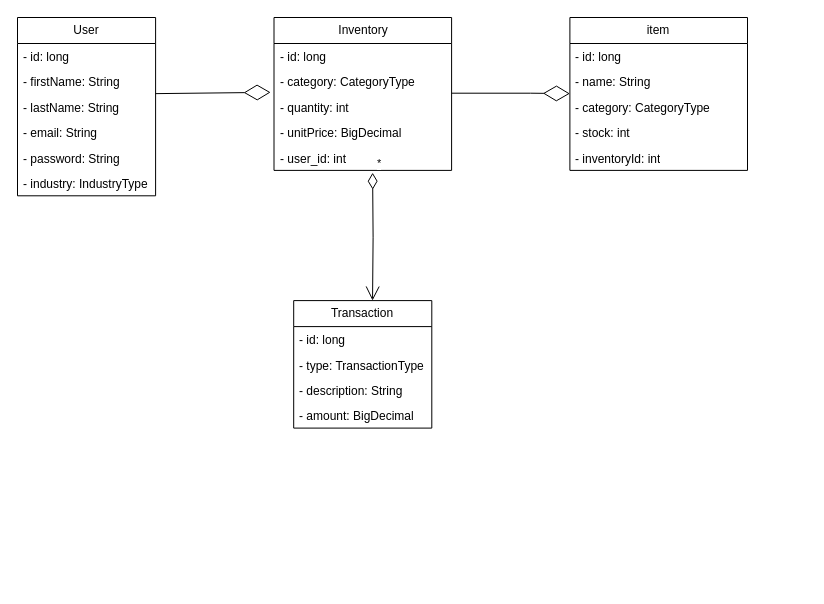
Odoikenna1/accountManagaementSystem keeps this draw.io diagram as resources/accountManagementSystem.drawio. Above is the earlier version. Source tidied: cells renumbered, new cells numbered last; positions are measured from the earlier drawing's top-left corner, leaving out a move shared by most shapes. Both pictures are drawn from the tidied source at 100%, with x=0, y=0 at pixel (17, 17).
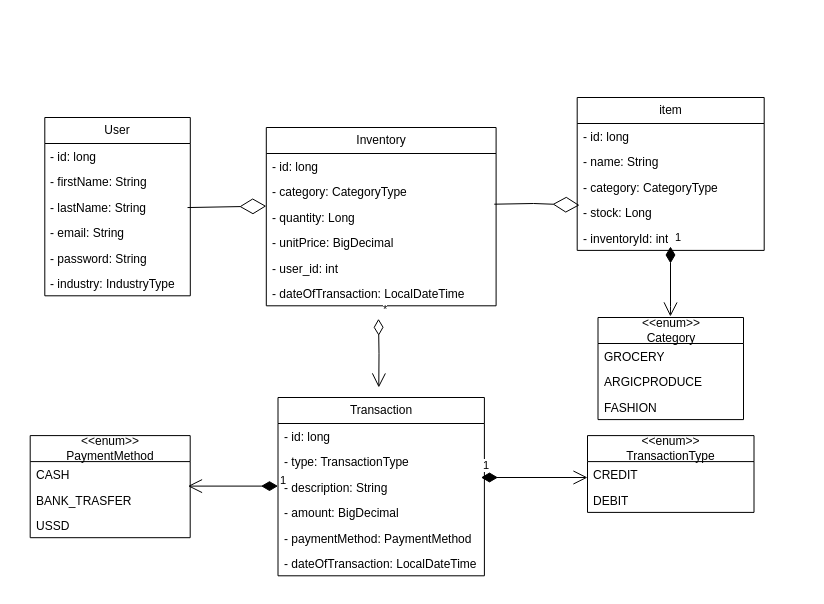
The same page after the edit.

The edit, as a diff of the source:
```diff
@@
     <mxCell id="2" style="group;" parent="1" vertex="1">
-      <mxGeometry width="730" height="410" as="geometry" />
+      <mxGeometry width="790" height="570" as="geometry" />
     </mxCell>
     <mxCell id="3" value="User" style="swimlane;fontStyle=0;horizontal=1;startSize=26;fillColor=none;whiteSpace=wrap;html=1;" parent="2" vertex="1">
-      <mxGeometry width="138.1" height="178.3" as="geometry" />
+      <mxGeometry x="27.3" y="100" width="145.5" height="178.3" as="geometry" />
     </mxCell>
     <mxCell id="4" value="- id: long" style="text;strokeColor=none;fillColor=none;align=left;verticalAlign=top;spacingLeft=4;spacingRight=4;overflow=hidden;whiteSpace=wrap;html=1;" parent="3" vertex="1">
-      <mxGeometry y="26" width="138.1" height="25.4" as="geometry" />
+      <mxGeometry y="26" width="145.5" height="25.4" as="geometry" />
     </mxCell>
     <mxCell id="5" value="- firstName: String" style="text;strokeColor=none;fillColor=none;align=left;verticalAlign=top;spacingLeft=4;spacingRight=4;overflow=hidden;points=[[0,0.5],[1,0.5]];portConstraint=eastwest;whiteSpace=wrap;html=1;" parent="3" vertex="1">
-      <mxGeometry y="51.4" width="138.1" height="25.4" as="geometry" />
+      <mxGeometry y="51.4" width="145.5" height="25.4" as="geometry" />
     </mxCell>
     <mxCell id="6" value="- lastName: String" style="text;strokeColor=none;fillColor=none;align=left;verticalAlign=top;spacingLeft=4;spacingRight=4;overflow=hidden;points=[[0,0.5],[1,0.5]];portConstraint=eastwest;whiteSpace=wrap;html=1;" parent="3" vertex="1">
-      <mxGeometry y="76.8" width="138.1" height="25.4" as="geometry" />
+      <mxGeometry y="76.8" width="145.5" height="25.4" as="geometry" />
     </mxCell>
     <mxCell id="7" value="- email: String" style="text;strokeColor=none;fillColor=none;align=left;verticalAlign=top;spacingLeft=4;spacingRight=4;overflow=hidden;whiteSpace=wrap;html=1;" parent="3" vertex="1">
-      <mxGeometry y="102.1" width="138.1" height="25.4" as="geometry" />
+      <mxGeometry y="102.1" width="145.5" height="25.4" as="geometry" />
     </mxCell>
     <mxCell id="8" value="- password: String" style="text;strokeColor=none;fillColor=none;align=left;verticalAlign=top;spacingLeft=4;spacingRight=4;overflow=hidden;whiteSpace=wrap;html=1;" parent="3" vertex="1">
-      <mxGeometry y="127.5" width="138.1" height="25.4" as="geometry" />
+      <mxGeometry y="127.5" width="145.5" height="25.4" as="geometry" />
     </mxCell>
     <mxCell id="9" value="- industry: IndustryType" style="text;strokeColor=none;fillColor=none;align=left;verticalAlign=top;spacingLeft=4;spacingRight=4;overflow=hidden;whiteSpace=wrap;html=1;" parent="3" vertex="1">
-      <mxGeometry y="152.9" width="138.1" height="25.4" as="geometry" />
+      <mxGeometry y="152.9" width="145.5" height="25.4" as="geometry" />
     </mxCell>
     <mxCell id="10" value="Transaction" style="swimlane;fontStyle=0;horizontal=1;startSize=26;fillColor=none;whiteSpace=wrap;html=1;" parent="2" vertex="1">
-      <mxGeometry x="276.2" y="283.1" width="138.1" height="127.5" as="geometry" />
+      <mxGeometry x="260.5" y="380" width="206.4" height="178.3" as="geometry" />
     </mxCell>
     <mxCell id="11" value="- id: long" style="text;strokeColor=none;fillColor=none;align=left;verticalAlign=top;spacingLeft=4;spacingRight=4;overflow=hidden;whiteSpace=wrap;html=1;" parent="10" vertex="1">
-      <mxGeometry y="26" width="138.1" height="25.4" as="geometry" />
+      <mxGeometry y="26" width="206.4" height="25.4" as="geometry" />
     </mxCell>
     <mxCell id="12" value="- type: TransactionType" style="text;strokeColor=none;fillColor=none;align=left;verticalAlign=top;spacingLeft=4;spacingRight=4;overflow=hidden;whiteSpace=wrap;html=1;" parent="10" vertex="1">
-      <mxGeometry y="51.4" width="138.1" height="25.4" as="geometry" />
+      <mxGeometry y="51.4" width="206.4" height="25.4" as="geometry" />
     </mxCell>
     <mxCell id="13" value="- description: String" style="text;strokeColor=none;fillColor=none;align=left;verticalAlign=top;spacingLeft=4;spacingRight=4;overflow=hidden;whiteSpace=wrap;html=1;" parent="10" vertex="1">
-      <mxGeometry y="76.8" width="138.1" height="25.4" as="geometry" />
+      <mxGeometry y="76.8" width="206.4" height="25.4" as="geometry" />
     </mxCell>
     <mxCell id="14" value="- amount: BigDecimal" style="text;strokeColor=none;fillColor=none;align=left;verticalAlign=top;spacingLeft=4;spacingRight=4;overflow=hidden;whiteSpace=wrap;html=1;" parent="10" vertex="1">
-      <mxGeometry y="102.1" width="138.1" height="25.4" as="geometry" />
+      <mxGeometry y="102.1" width="206.4" height="25.4" as="geometry" />
     </mxCell>
+    <mxCell id="30" value="- paymentMethod: PaymentMethod" style="text;strokeColor=none;fillColor=none;align=left;verticalAlign=top;spacingLeft=4;spacingRight=4;overflow=hidden;whiteSpace=wrap;html=1;" parent="10" vertex="1">
+      <mxGeometry y="127.5" width="206.4" height="25.4" as="geometry" />
+    </mxCell>
+    <mxCell id="31" value="- dateOfTransaction: LocalDateTime" style="text;strokeColor=none;fillColor=none;align=left;verticalAlign=top;spacingLeft=4;spacingRight=4;overflow=hidden;whiteSpace=wrap;html=1;" parent="10" vertex="1">
+      <mxGeometry y="152.9" width="206.4" height="25.4" as="geometry" />
+    </mxCell>
     <mxCell id="15" value="Inventory" style="swimlane;fontStyle=0;horizontal=1;startSize=26;fillColor=none;whiteSpace=wrap;html=1;" parent="2" vertex="1">
-      <mxGeometry x="256.5" width="177.6" height="152.9" as="geometry" />
+      <mxGeometry x="248.8" y="110" width="229.8" height="178.3" as="geometry" />
     </mxCell>
     <mxCell id="16" value="- id: long" style="text;strokeColor=none;fillColor=none;align=left;verticalAlign=top;spacingLeft=4;spacingRight=4;overflow=hidden;whiteSpace=wrap;html=1;" parent="15" vertex="1">
-      <mxGeometry y="26" width="177.6" height="25.4" as="geometry" />
+      <mxGeometry y="26" width="229.8" height="25.4" as="geometry" />
     </mxCell>
     <mxCell id="17" value="- category: CategoryType" style="text;strokeColor=none;fillColor=none;align=left;verticalAlign=top;spacingLeft=4;spacingRight=4;overflow=hidden;whiteSpace=wrap;html=1;" parent="15" vertex="1">
-      <mxGeometry y="51.4" width="177.6" height="25.4" as="geometry" />
+      <mxGeometry y="51.4" width="229.8" height="25.4" as="geometry" />
     </mxCell>
-    <mxCell id="18" value="- quantity: int" style="text;strokeColor=none;fillColor=none;align=left;verticalAlign=top;spacingLeft=4;spacingRight=4;overflow=hidden;points=[[0,0.5],[1,0.5]];portConstraint=eastwest;whiteSpace=wrap;html=1;" parent="15" vertex="1">
-      <mxGeometry y="76.8" width="177.6" height="25.4" as="geometry" />
+    <mxCell id="18" value="- quantity: Long" style="text;strokeColor=none;fillColor=none;align=left;verticalAlign=top;spacingLeft=4;spacingRight=4;overflow=hidden;points=[[0,0.5],[1,0.5]];portConstraint=eastwest;whiteSpace=wrap;html=1;" parent="15" vertex="1">
+      <mxGeometry y="76.8" width="229.8" height="25.4" as="geometry" />
     </mxCell>
     <mxCell id="19" value="- unitPrice: BigDecimal" style="text;strokeColor=none;fillColor=none;align=left;verticalAlign=top;spacingLeft=4;spacingRight=4;overflow=hidden;whiteSpace=wrap;html=1;" parent="15" vertex="1">
-      <mxGeometry y="102.1" width="177.6" height="25.4" as="geometry" />
+      <mxGeometry y="102.1" width="229.8" height="25.4" as="geometry" />
     </mxCell>
     <mxCell id="20" value="- user_id: int" style="text;strokeColor=none;fillColor=none;align=left;verticalAlign=top;spacingLeft=4;spacingRight=4;overflow=hidden;whiteSpace=wrap;html=1;" parent="15" vertex="1">
-      <mxGeometry y="127.5" width="177.6" height="25.4" as="geometry" />
+      <mxGeometry y="127.5" width="229.8" height="25.4" as="geometry" />
     </mxCell>
+    <mxCell id="32" value="- dateOfTransaction: LocalDateTime" style="text;strokeColor=none;fillColor=none;align=left;verticalAlign=top;spacingLeft=4;spacingRight=4;overflow=hidden;whiteSpace=wrap;html=1;" parent="15" vertex="1">
+      <mxGeometry y="152.9" width="229.8" height="25.4" as="geometry" />
+    </mxCell>
     <mxCell id="21" value="item" style="swimlane;fontStyle=0;horizontal=1;startSize=26;fillColor=none;whiteSpace=wrap;html=1;" parent="2" vertex="1">
-      <mxGeometry x="552.4" width="177.6" height="152.9" as="geometry" />
+      <mxGeometry x="559.7" y="80" width="187" height="152.9" as="geometry" />
     </mxCell>
     <mxCell id="22" value="- id: long" style="text;strokeColor=none;fillColor=none;align=left;verticalAlign=top;spacingLeft=4;spacingRight=4;overflow=hidden;whiteSpace=wrap;html=1;" parent="21" vertex="1">
-      <mxGeometry y="26" width="177.6" height="25.4" as="geometry" />
+      <mxGeometry y="26" width="187" height="25.4" as="geometry" />
     </mxCell>
     <mxCell id="23" value="- name: String" style="text;strokeColor=none;fillColor=none;align=left;verticalAlign=top;spacingLeft=4;spacingRight=4;overflow=hidden;whiteSpace=wrap;html=1;" parent="21" vertex="1">
-      <mxGeometry y="51.4" width="177.6" height="25.4" as="geometry" />
+      <mxGeometry y="51.4" width="187" height="25.4" as="geometry" />
     </mxCell>
     <mxCell id="24" value="- category: CategoryType" style="text;strokeColor=none;fillColor=none;align=left;verticalAlign=top;spacingLeft=4;spacingRight=4;overflow=hidden;whiteSpace=wrap;html=1;" parent="21" vertex="1">
-      <mxGeometry y="76.8" width="177.6" height="25.4" as="geometry" />
+      <mxGeometry y="76.8" width="187" height="25.4" as="geometry" />
     </mxCell>
-    <mxCell id="25" value="- stock: int" style="text;strokeColor=none;fillColor=none;align=left;verticalAlign=top;spacingLeft=4;spacingRight=4;overflow=hidden;whiteSpace=wrap;html=1;" parent="21" vertex="1">
-      <mxGeometry y="102.1" width="177.6" height="25.4" as="geometry" />
+    <mxCell id="25" value="- stock: Long" style="text;strokeColor=none;fillColor=none;align=left;verticalAlign=top;spacingLeft=4;spacingRight=4;overflow=hidden;whiteSpace=wrap;html=1;" parent="21" vertex="1">
+      <mxGeometry y="102.1" width="187" height="25.4" as="geometry" />
     </mxCell>
     <mxCell id="26" value="- inventoryId: int" style="text;strokeColor=none;fillColor=none;align=left;verticalAlign=top;spacingLeft=4;spacingRight=4;overflow=hidden;whiteSpace=wrap;html=1;" parent="21" vertex="1">
-      <mxGeometry y="127.5" width="177.6" height="25.4" as="geometry" />
+      <mxGeometry y="127.5" width="187" height="25.4" as="geometry" />
     </mxCell>
-    <mxCell id="27" style="endArrow=diamondThin;endFill=0;endSize=24;html=1;rounded=0;exitX=1;exitY=0.974;exitDx=0;exitDy=0;exitPerimeter=0;entryX=-0.019;entryY=-0.077;entryDx=0;entryDy=0;entryPerimeter=0;" parent="2" edge="1" source="5" target="18">
-      <mxGeometry relative="1" as="geometry" />
+    <mxCell id="27" style="endArrow=diamondThin;endFill=0;endSize=24;html=1;rounded=0;entryX=-0.019;entryY=-0.077;entryDx=0;entryDy=0;entryPerimeter=0;exitX=0.981;exitY=0.522;exitDx=0;exitDy=0;exitPerimeter=0;" parent="2" edge="1" source="6">
+      <mxGeometry relative="1" as="geometry">
+        <mxPoint x="248.8" y="188.6" as="targetPoint" />
+      </mxGeometry>
     </mxCell>
-    <mxCell id="28" value="*" style="endArrow=open;html=1;endSize=12;startArrow=diamondThin;startSize=14;startFill=0;edgeStyle=orthogonalEdgeStyle;align=left;verticalAlign=bottom;rounded=0;entryX=0.571;entryY=0;entryDx=0;entryDy=0;entryPerimeter=0;" parent="2" edge="1" target="10">
+    <mxCell id="28" value="*" style="endArrow=open;html=1;endSize=12;startArrow=diamondThin;startSize=14;startFill=0;edgeStyle=orthogonalEdgeStyle;align=left;verticalAlign=bottom;rounded=0;entryX=0.571;entryY=0;entryDx=0;entryDy=0;entryPerimeter=0;" parent="2" edge="1">
       <mxGeometry x="-1" y="3" relative="1" as="geometry">
-        <mxPoint x="355.1" y="155.2" as="sourcePoint" />
+        <mxPoint x="361" y="301.3" as="sourcePoint" />
+        <mxPoint x="361.3" y="370" as="targetPoint" />
       </mxGeometry>
     </mxCell>
-    <mxCell id="29" style="endArrow=diamondThin;endFill=0;endSize=24;html=1;rounded=0;" parent="2" edge="1">
+    <mxCell id="29" style="endArrow=diamondThin;endFill=0;endSize=24;html=1;rounded=0;entryX=0.022;entryY=0.099;entryDx=0;entryDy=0;entryPerimeter=0;exitX=0.992;exitY=-0.004;exitDx=0;exitDy=0;exitPerimeter=0;" parent="2" edge="1" source="18">
       <mxGeometry relative="1" as="geometry">
-        <mxPoint x="434.1" y="75.7" as="sourcePoint" />
-        <mxPoint x="552.4" y="76.1" as="targetPoint" />
+        <mxPoint x="562" y="187.7" as="targetPoint" />
         <Array as="points">
-          <mxPoint x="513" y="75.7" />
+          <mxPoint x="516" y="186" />
         </Array>
       </mxGeometry>
     </mxCell>
+    <mxCell id="33" value="&amp;lt;&amp;lt;enum&amp;gt;&amp;gt;&lt;div&gt;TransactionType&lt;/div&gt;" style="swimlane;fontStyle=0;horizontal=1;startSize=26;fillColor=none;whiteSpace=wrap;html=1;" parent="2" vertex="1">
+      <mxGeometry x="570" y="418.1" width="166.5" height="76.8" as="geometry" />
+    </mxCell>
+    <mxCell id="34" value="CREDIT" style="text;strokeColor=none;fillColor=none;align=left;verticalAlign=top;spacingLeft=4;spacingRight=4;overflow=hidden;whiteSpace=wrap;html=1;" parent="33" vertex="1">
+      <mxGeometry y="26" width="166.5" height="25.4" as="geometry" />
+    </mxCell>
+    <mxCell id="35" value="DEBIT" style="text;strokeColor=none;fillColor=none;align=left;verticalAlign=top;spacingLeft=4;spacingRight=4;overflow=hidden;whiteSpace=wrap;html=1;" parent="33" vertex="1">
+      <mxGeometry y="51.4" width="166.5" height="25.4" as="geometry" />
+    </mxCell>
+    <mxCell id="36" value="&amp;lt;&amp;lt;enum&amp;gt;&amp;gt;&lt;div&gt;Category&lt;/div&gt;" style="swimlane;fontStyle=0;horizontal=1;startSize=26;fillColor=none;whiteSpace=wrap;html=1;" parent="2" vertex="1">
+      <mxGeometry x="580.5" y="300" width="145.5" height="102.1" as="geometry" />
+    </mxCell>
+    <mxCell id="37" value="GROCERY" style="text;strokeColor=none;fillColor=none;align=left;verticalAlign=top;spacingLeft=4;spacingRight=4;overflow=hidden;whiteSpace=wrap;html=1;" parent="36" vertex="1">
+      <mxGeometry y="26" width="145.5" height="25.4" as="geometry" />
+    </mxCell>
+    <mxCell id="38" value="ARGICPRODUCE" style="text;strokeColor=none;fillColor=none;align=left;verticalAlign=top;spacingLeft=4;spacingRight=4;overflow=hidden;whiteSpace=wrap;html=1;" parent="36" vertex="1">
+      <mxGeometry y="51.4" width="145.5" height="25.4" as="geometry" />
+    </mxCell>
+    <mxCell id="39" value="FASHION" style="text;strokeColor=none;fillColor=none;align=left;verticalAlign=top;spacingLeft=4;spacingRight=4;overflow=hidden;whiteSpace=wrap;html=1;" parent="36" vertex="1">
+      <mxGeometry y="76.8" width="145.5" height="25.4" as="geometry" />
+    </mxCell>
+    <mxCell id="40" value="&amp;lt;&amp;lt;enum&amp;gt;&amp;gt;&lt;div&gt;PaymentMethod&lt;/div&gt;" style="swimlane;fontStyle=0;horizontal=1;startSize=26;fillColor=none;whiteSpace=wrap;html=1;" parent="2" vertex="1">
+      <mxGeometry x="12.7" y="418.1" width="160" height="102.1" as="geometry" />
+    </mxCell>
+    <mxCell id="41" value="CASH" style="text;strokeColor=none;fillColor=none;align=left;verticalAlign=top;spacingLeft=4;spacingRight=4;overflow=hidden;whiteSpace=wrap;html=1;" parent="40" vertex="1">
+      <mxGeometry y="26" width="160" height="25.4" as="geometry" />
+    </mxCell>
+    <mxCell id="42" value="BANK_TRASFER" style="text;strokeColor=none;fillColor=none;align=left;verticalAlign=top;spacingLeft=4;spacingRight=4;overflow=hidden;whiteSpace=wrap;html=1;" parent="40" vertex="1">
+      <mxGeometry y="51.4" width="160" height="25.4" as="geometry" />
+    </mxCell>
+    <mxCell id="43" value="USSD" style="text;strokeColor=none;fillColor=none;align=left;verticalAlign=top;spacingLeft=4;spacingRight=4;overflow=hidden;whiteSpace=wrap;html=1;" parent="40" vertex="1">
+      <mxGeometry y="76.8" width="160" height="25.4" as="geometry" />
+    </mxCell>
+    <mxCell id="44" value="1" style="endArrow=open;html=1;endSize=12;startArrow=diamondThin;startSize=14;startFill=1;edgeStyle=orthogonalEdgeStyle;align=left;verticalAlign=bottom;rounded=0;" parent="2" edge="1">
+      <mxGeometry x="-1" y="3" relative="1" as="geometry">
+        <mxPoint x="653" y="229" as="sourcePoint" />
+        <mxPoint x="652.9" y="299" as="targetPoint" />
+        <Array as="points">
+          <mxPoint x="653" y="289" />
+          <mxPoint x="653" y="289" />
+        </Array>
+      </mxGeometry>
+    </mxCell>
+    <mxCell id="45" value="1" style="endArrow=open;html=1;endSize=12;startArrow=diamondThin;startSize=14;startFill=1;edgeStyle=orthogonalEdgeStyle;align=left;verticalAlign=bottom;rounded=0;" parent="2" edge="1">
+      <mxGeometry x="-1" y="3" relative="1" as="geometry">
+        <mxPoint x="260.5" y="468.6" as="sourcePoint" />
+        <mxPoint x="170.5" y="468.6" as="targetPoint" />
+      </mxGeometry>
+    </mxCell>
+    <mxCell id="46" value="1" style="endArrow=open;html=1;endSize=12;startArrow=diamondThin;startSize=14;startFill=1;edgeStyle=orthogonalEdgeStyle;align=left;verticalAlign=bottom;rounded=0;" parent="2" edge="1">
+      <mxGeometry x="-1" y="3" relative="1" as="geometry">
+        <mxPoint x="463.5" y="460" as="sourcePoint" />
+        <mxPoint x="570" y="460" as="targetPoint" />
+      </mxGeometry>
+    </mxCell>
```
